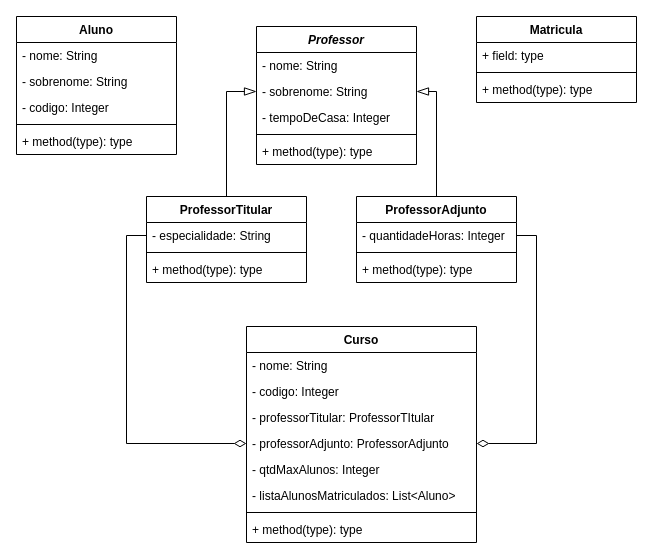
diogenesistemas/DesafioPOO keeps this draw.io diagram as DesafioPOO-UML.drawio. Above is the earlier version. Source tidied: cells renumbered, new cells numbered last; positions are measured from the earlier drawing's top-left corner, leaving out a move shared by most shapes. Both pictures are drawn from the tidied source at 100%, with x=0, y=0 at pixel (16, 16).
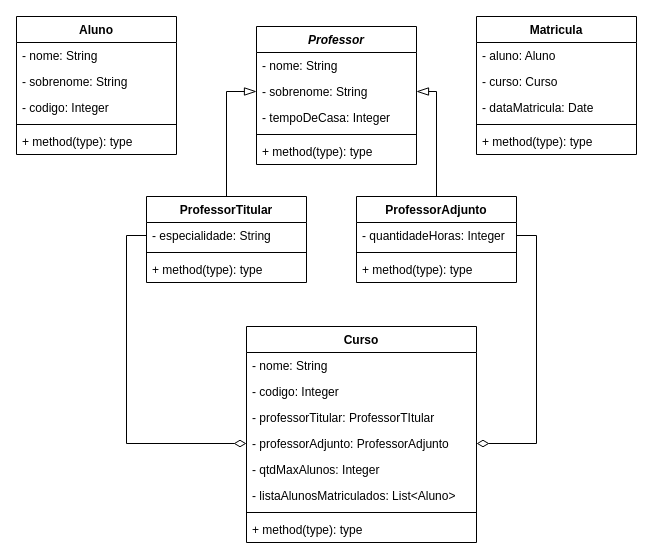
Above is the later version.

Commit message:
Criando UML - Classe Matricula

The edit, as a diff of the source:
```diff
@@
     <mxCell id="33" value="Matricula" style="swimlane;fontStyle=1;align=center;verticalAlign=top;horizontal=1;startSize=26;" parent="1" vertex="1">
-      <mxGeometry x="460" width="160" height="86" as="geometry" />
+      <mxGeometry x="460" width="160" height="138" as="geometry" />
     </mxCell>
-    <mxCell id="34" value="+ field: type" style="text;strokeColor=none;fillColor=none;align=left;verticalAlign=top;spacingLeft=4;spacingRight=4;overflow=hidden;" parent="33" vertex="1">
+    <mxCell id="34" value="- aluno: Aluno" style="text;strokeColor=none;fillColor=none;align=left;verticalAlign=top;spacingLeft=4;spacingRight=4;overflow=hidden;" parent="33" vertex="1">
       <mxGeometry y="26" width="160" height="26" as="geometry" />
     </mxCell>
+    <mxCell id="39" value="- curso: Curso" style="text;strokeColor=none;fillColor=none;align=left;verticalAlign=top;spacingLeft=4;spacingRight=4;overflow=hidden;" parent="33" vertex="1">
+      <mxGeometry y="52" width="160" height="26" as="geometry" />
+    </mxCell>
+    <mxCell id="40" value="- dataMatricula: Date" style="text;strokeColor=none;fillColor=none;align=left;verticalAlign=top;spacingLeft=4;spacingRight=4;overflow=hidden;" parent="33" vertex="1">
+      <mxGeometry y="78" width="160" height="26" as="geometry" />
+    </mxCell>
     <mxCell id="35" style="line;strokeWidth=1;fillColor=none;align=left;verticalAlign=middle;spacingTop=-1;spacingLeft=3;spacingRight=3;labelPosition=right;" parent="33" vertex="1">
-      <mxGeometry y="52" width="160" height="8" as="geometry" />
+      <mxGeometry y="104" width="160" height="8" as="geometry" />
     </mxCell>
     <mxCell id="36" value="+ method(type): type" style="text;strokeColor=none;fillColor=none;align=left;verticalAlign=top;spacingLeft=4;spacingRight=4;overflow=hidden;" parent="33" vertex="1">
-      <mxGeometry y="60" width="160" height="26" as="geometry" />
+      <mxGeometry y="112" width="160" height="26" as="geometry" />
     </mxCell>
```
